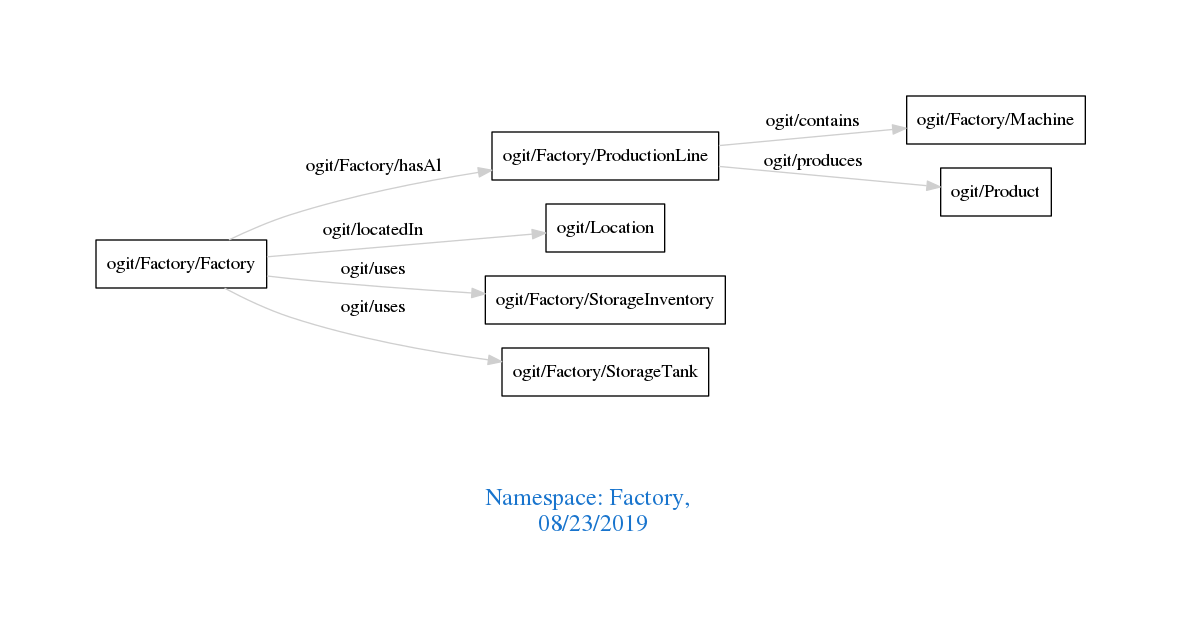
The Graphviz diagram downloads/Factory.png in arago/OGIT, before a commit. Its source is kept beside it as downloads/Factory.dot.
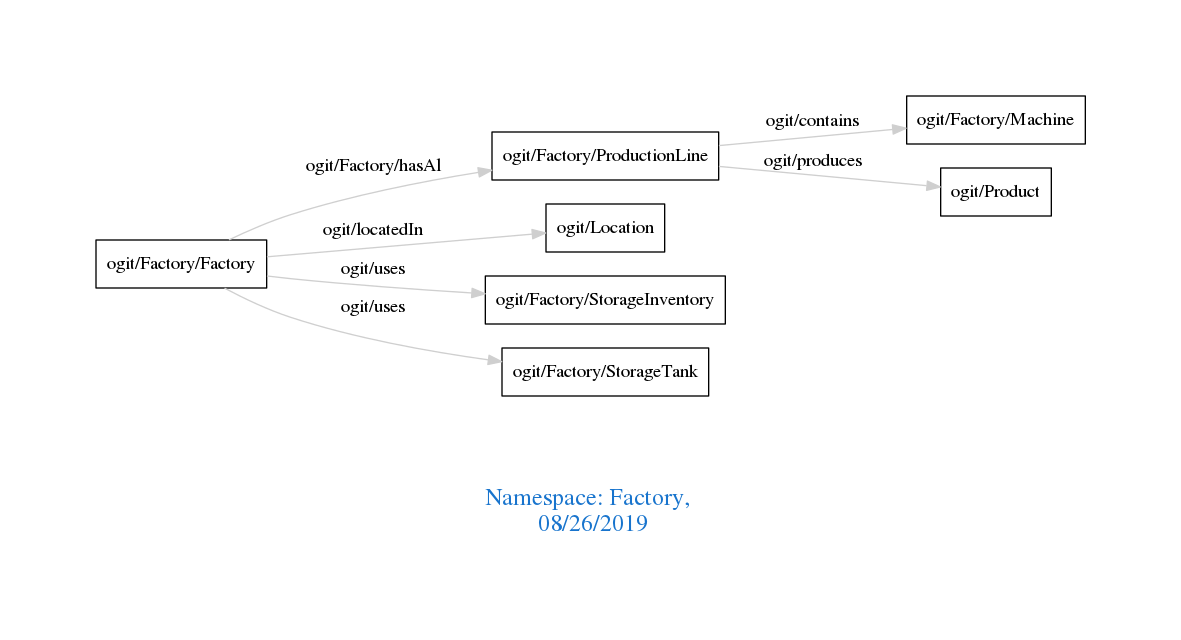
The same file after the commit.

What changed in the source:
```diff
@@ -1,7 +1,7 @@
 digraph OGIT_ontology {
  graph [ rankdir= LR,pad=1
 fontsize = 18,
-fontcolor= dodgerblue3,label = "\n\n\nNamespace: Factory, \n 08/23/2019"];
+fontcolor= dodgerblue3,label = "\n\n\nNamespace: Factory, \n 08/26/2019"];
 node[shape=polygon];
 edge [  color="gray81"];
 
```
